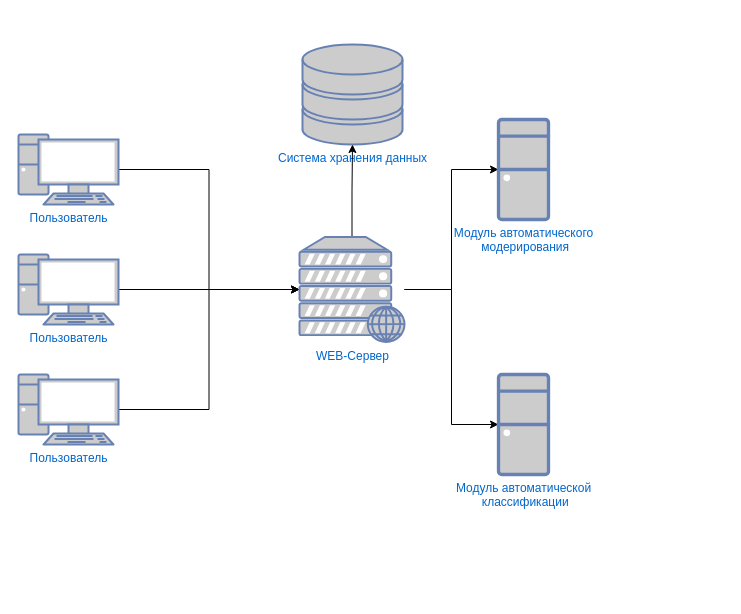
This is Untitled Diagram.drawio from JackStanton/TextClassifier, a draw.io file, before an edit. Source tidied: cells renumbered, new cells numbered last; positions are measured from the earlier drawing's top-left corner, leaving out a move shared by most shapes. Both pictures are drawn from the tidied source at 100%, with x=0, y=0 at pixel (18, 44).
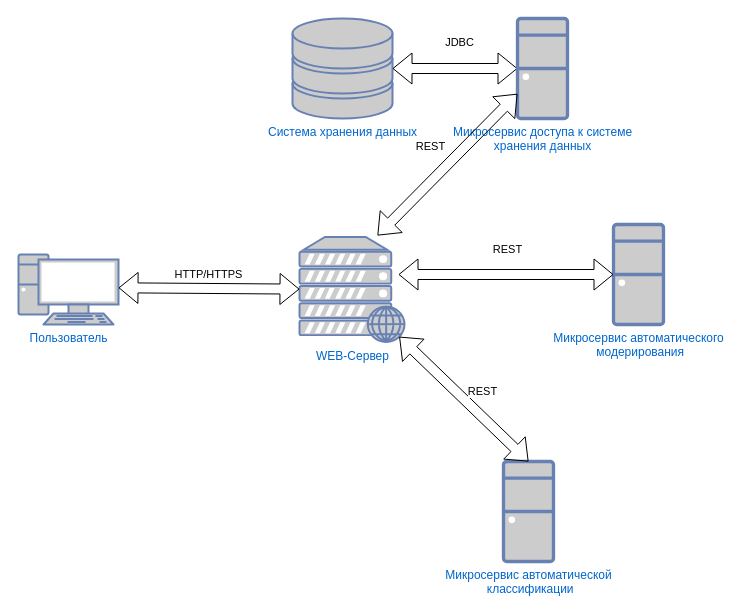
The same diagram, later.

The edit, as a diff of the source:
```diff
@@
 <mxGraphModel>
   <root>
     <mxCell id="0" />
     <mxCell id="1" parent="0" />
-    <mxCell id="2" style="edgeStyle=orthogonalEdgeStyle;rounded=0;jettySize=auto;html=1;entryX=0;entryY=0.5;entryDx=0;entryDy=0;entryPerimeter=0;" parent="1" edge="1" source="3" target="12">
-      <mxGeometry relative="1" as="geometry" />
-    </mxCell>
-    <mxCell id="3" value="Пользователь" style="fontColor=#0066CC;verticalAlign=top;verticalLabelPosition=bottom;labelPosition=center;align=center;html=1;outlineConnect=0;fillColor=#CCCCCC;strokeColor=#6881B3;gradientColor=none;gradientDirection=north;strokeWidth=2;shape=mxgraph.networks.pc;" parent="1" vertex="1">
-      <mxGeometry y="90" width="100" height="70" as="geometry" />
-    </mxCell>
-    <mxCell id="4" style="edgeStyle=orthogonalEdgeStyle;rounded=0;jettySize=auto;html=1;entryX=0;entryY=0.5;entryDx=0;entryDy=0;entryPerimeter=0;" parent="1" edge="1" source="5" target="12">
-      <mxGeometry relative="1" as="geometry" />
-    </mxCell>
     <mxCell id="5" value="Пользователь" style="fontColor=#0066CC;verticalAlign=top;verticalLabelPosition=bottom;labelPosition=center;align=center;html=1;outlineConnect=0;fillColor=#CCCCCC;strokeColor=#6881B3;gradientColor=none;gradientDirection=north;strokeWidth=2;shape=mxgraph.networks.pc;" parent="1" vertex="1">
       <mxGeometry y="210" width="100" height="70" as="geometry" />
     </mxCell>
-    <mxCell id="6" style="edgeStyle=orthogonalEdgeStyle;rounded=0;jettySize=auto;html=1;entryX=0;entryY=0.5;entryDx=0;entryDy=0;entryPerimeter=0;" parent="1" edge="1" source="7" target="12">
-      <mxGeometry relative="1" as="geometry" />
-    </mxCell>
-    <mxCell id="7" value="Пользователь" style="fontColor=#0066CC;verticalAlign=top;verticalLabelPosition=bottom;labelPosition=center;align=center;html=1;outlineConnect=0;fillColor=#CCCCCC;strokeColor=#6881B3;gradientColor=none;gradientDirection=north;strokeWidth=2;shape=mxgraph.networks.pc;" parent="1" vertex="1">
-      <mxGeometry y="330" width="100" height="70" as="geometry" />
-    </mxCell>
     <mxCell id="8" value="Система хранения данных" style="fontColor=#0066CC;verticalAlign=top;verticalLabelPosition=bottom;labelPosition=center;align=center;html=1;outlineConnect=0;fillColor=#CCCCCC;strokeColor=#6881B3;gradientColor=none;gradientDirection=north;strokeWidth=2;shape=mxgraph.networks.storage;" parent="1" vertex="1">
-      <mxGeometry x="284" width="100" height="100" as="geometry" />
+      <mxGeometry x="274" y="-26" width="100" height="100" as="geometry" />
     </mxCell>
-    <mxCell id="9" style="edgeStyle=orthogonalEdgeStyle;rounded=0;jettySize=auto;html=1;entryX=0;entryY=0.5;entryDx=0;entryDy=0;entryPerimeter=0;" parent="1" edge="1" source="12" target="13">
-      <mxGeometry relative="1" as="geometry" />
-    </mxCell>
-    <mxCell id="10" style="edgeStyle=orthogonalEdgeStyle;rounded=0;jettySize=auto;html=1;entryX=0;entryY=0.5;entryDx=0;entryDy=0;entryPerimeter=0;" parent="1" edge="1" source="12" target="14">
-      <mxGeometry relative="1" as="geometry" />
-    </mxCell>
-    <mxCell id="11" style="edgeStyle=orthogonalEdgeStyle;rounded=0;jettySize=auto;html=1;entryX=0.5;entryY=1;entryDx=0;entryDy=0;entryPerimeter=0;" parent="1" edge="1" source="12" target="8">
-      <mxGeometry relative="1" as="geometry" />
-    </mxCell>
     <mxCell id="12" value="WEB-Сервер" style="fontColor=#0066CC;verticalAlign=top;verticalLabelPosition=bottom;labelPosition=center;align=center;html=1;outlineConnect=0;fillColor=#CCCCCC;strokeColor=#6881B3;gradientColor=none;gradientDirection=north;strokeWidth=2;shape=mxgraph.networks.web_server;" parent="1" vertex="1">
       <mxGeometry x="281" y="192.5" width="105" height="105" as="geometry" />
     </mxCell>
-    <mxCell id="13" value="Модуль автоматического&lt;br&gt;&amp;nbsp;модерирования" style="fontColor=#0066CC;verticalAlign=top;verticalLabelPosition=bottom;labelPosition=center;align=center;html=1;outlineConnect=0;fillColor=#CCCCCC;strokeColor=#6881B3;gradientColor=none;gradientDirection=north;strokeWidth=2;shape=mxgraph.networks.desktop_pc;" parent="1" vertex="1">
-      <mxGeometry x="480" y="75" width="50" height="100" as="geometry" />
+    <mxCell id="13" value="Микросервис автоматического&lt;br&gt;&amp;nbsp;модерирования" style="fontColor=#0066CC;verticalAlign=top;verticalLabelPosition=bottom;labelPosition=center;align=center;html=1;outlineConnect=0;fillColor=#CCCCCC;strokeColor=#6881B3;gradientColor=none;gradientDirection=north;strokeWidth=2;shape=mxgraph.networks.desktop_pc;" parent="1" vertex="1">
+      <mxGeometry x="595" y="180" width="50" height="100" as="geometry" />
     </mxCell>
-    <mxCell id="14" value="Модуль автоматической&lt;br&gt;&amp;nbsp;классификации" style="fontColor=#0066CC;verticalAlign=top;verticalLabelPosition=bottom;labelPosition=center;align=center;html=1;outlineConnect=0;fillColor=#CCCCCC;strokeColor=#6881B3;gradientColor=none;gradientDirection=north;strokeWidth=2;shape=mxgraph.networks.desktop_pc;" parent="1" vertex="1">
-      <mxGeometry x="480" y="330" width="50" height="100" as="geometry" />
+    <mxCell id="14" value="Микросервис&amp;nbsp;автоматической&lt;br&gt;&amp;nbsp;классификации" style="fontColor=#0066CC;verticalAlign=top;verticalLabelPosition=bottom;labelPosition=center;align=center;html=1;outlineConnect=0;fillColor=#CCCCCC;strokeColor=#6881B3;gradientColor=none;gradientDirection=north;strokeWidth=2;shape=mxgraph.networks.desktop_pc;" parent="1" vertex="1">
+      <mxGeometry x="485" y="417" width="50" height="100" as="geometry" />
     </mxCell>
+    <mxCell id="15" value="REST" style="shape=flexArrow;endArrow=classic;startArrow=classic;html=1;rounded=0;" parent="1" edge="1" target="13">
+      <mxGeometry x="0.01" y="25" relative="1" as="geometry">
+        <mxPoint x="380" y="230" as="sourcePoint" />
+      </mxGeometry>
+    </mxCell>
+    <mxCell id="10" value="REST" style="shape=flexArrow;endArrow=classic;startArrow=classic;html=1;rounded=0;entryX=0.5;entryY=0;entryDx=0;entryDy=0;entryPerimeter=0;exitX=0.95;exitY=0.95;exitDx=0;exitDy=0;exitPerimeter=0;" parent="1" edge="1" source="12" target="14">
+      <mxGeometry x="0.09" y="18" relative="1" as="geometry" />
+    </mxCell>
+    <mxCell id="16" value="JDBC" style="shape=flexArrow;endArrow=classic;startArrow=classic;html=1;rounded=0;exitX=0;exitY=0.5;exitDx=0;exitDy=0;exitPerimeter=0;" parent="1" edge="1" source="19" target="8">
+      <mxGeometry x="-0.08" y="-26" relative="1" as="geometry" />
+    </mxCell>
+    <mxCell id="17" style="shape=flexArrow;endArrow=classic;startArrow=classic;html=1;rounded=0;" parent="1" edge="1" target="12">
+      <mxGeometry relative="1" as="geometry">
+        <mxPoint x="100" y="243.3" as="sourcePoint" />
+      </mxGeometry>
+    </mxCell>
+    <mxCell id="18" value="HTTP/HTTPS" style="edgeLabel;html=1;align=center;verticalAlign=middle;" parent="17" vertex="1">
+      <mxGeometry x="-0.28" y="-1" relative="1" as="geometry">
+        <mxPoint x="25" y="-15" as="offset" />
+      </mxGeometry>
+    </mxCell>
+    <mxCell id="19" value="Микросервис доступа к системе&lt;br&gt;хранения данных" style="fontColor=#0066CC;verticalAlign=top;verticalLabelPosition=bottom;labelPosition=center;align=center;html=1;outlineConnect=0;fillColor=#CCCCCC;strokeColor=#6881B3;gradientColor=none;gradientDirection=north;strokeWidth=2;shape=mxgraph.networks.desktop_pc;" parent="1" vertex="1">
+      <mxGeometry x="499" y="-26" width="50" height="100" as="geometry" />
+    </mxCell>
+    <mxCell id="20" value="REST" style="shape=flexArrow;endArrow=classic;startArrow=classic;html=1;rounded=0;" parent="1" edge="1" target="19">
+      <mxGeometry x="0.01" y="25" relative="1" as="geometry">
+        <mxPoint x="359" y="191" as="sourcePoint" />
+      </mxGeometry>
+    </mxCell>
   </root>
 </mxGraphModel>
```
